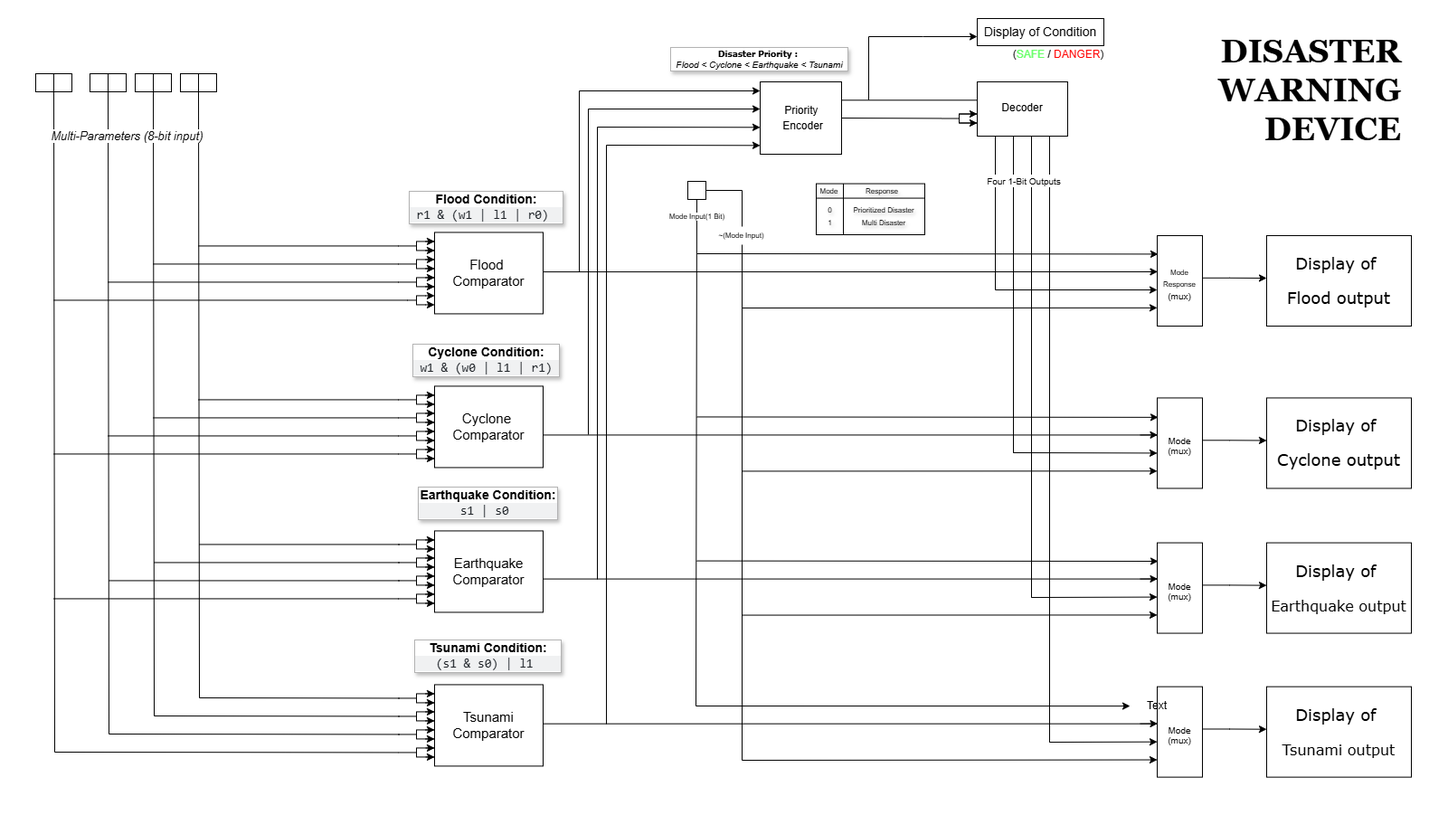
thezishnu/Disaster-Warning-Device keeps this draw.io diagram as Snapshots/FBD.drawio.png. Above is the earlier version. Source tidied: cells renumbered, new cells last; positions are measured from the earlier drawing's top-left corner, leaving out a move shared by most shapes.
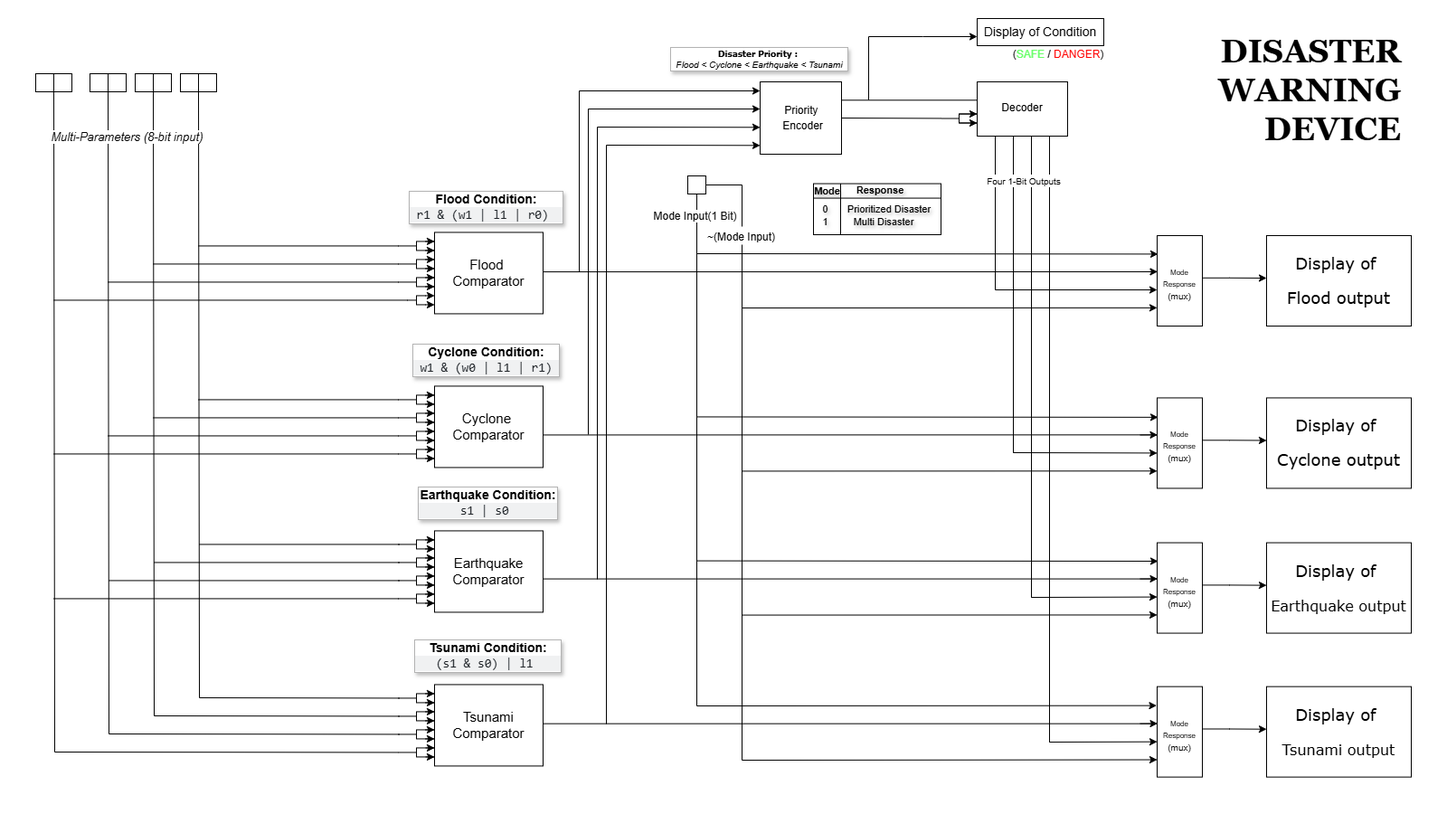
After the change.

Diff of the diagram source:
```diff
@@ -403,7 +403,7 @@
       <mxGeometry x="810" y="70" width="90" height="80" as="geometry" />
     </mxCell>
     <mxCell id="83" style="rounded=0;whiteSpace=wrap;html=1;fontSize=17;" parent="1" vertex="1">
-      <mxGeometry x="730" y="180" width="20" height="20" as="geometry" />
+      <mxGeometry x="730" y="174" width="20" height="20" as="geometry" />
     </mxCell>
     <mxCell id="84" style="endArrow=classic;html=1;rounded=0;" parent="1" edge="1">
       <mxGeometry relative="1" as="geometry">
@@ -507,7 +507,7 @@
       <mxGeometry relative="1" as="geometry">
         <mxPoint x="790" y="230" as="targetPoint" />
         <Array as="points">
-          <mxPoint x="790" y="190" />
+          <mxPoint x="790" y="184" />
         </Array>
       </mxGeometry>
     </mxCell>
@@ -517,9 +517,8 @@
         <mxPoint x="1249" y="319.9" as="targetPoint" />
       </mxGeometry>
     </mxCell>
-    <mxCell id="101" style="endArrow=none;html=1;rounded=0;entryX=1;entryY=0.485;entryDx=0;entryDy=0;entryPerimeter=0;" parent="1" edge="1">
+    <mxCell id="101" style="endArrow=none;html=1;rounded=0;entryX=1;entryY=0.485;entryDx=0;entryDy=0;entryPerimeter=0;exitX=-0.014;exitY=0.409;exitDx=0;exitDy=0;exitPerimeter=0;" parent="1" edge="1" source="153">
       <mxGeometry relative="1" as="geometry">
-        <mxPoint x="1280" y="460.4" as="sourcePoint" />
         <mxPoint x="570" y="460.4" as="targetPoint" />
       </mxGeometry>
     </mxCell>
@@ -631,10 +630,11 @@
         <mxPoint x="1249.5" y="779.5" as="targetPoint" />
       </mxGeometry>
     </mxCell>
-    <mxCell id="118" style="endArrow=classic;html=1;rounded=0;exitX=0.5;exitY=1;exitDx=0;exitDy=0;" parent="1" edge="1" source="83" target="144">
+    <mxCell id="118" style="endArrow=classic;html=1;rounded=0;exitX=0.5;exitY=1;exitDx=0;exitDy=0;entryX=-0.011;entryY=0.21;entryDx=0;entryDy=0;entryPerimeter=0;" parent="1" edge="1" target="155">
       <mxGeometry relative="1" as="geometry">
+        <mxPoint x="740" y="194" as="sourcePoint" />
         <Array as="points">
-          <mxPoint x="739" y="760" />
+          <mxPoint x="740" y="760" />
         </Array>
       </mxGeometry>
     </mxCell>
@@ -703,15 +703,6 @@
     <mxCell id="126" value="&lt;font style=&quot;font-size: 13px;&quot;&gt;&amp;nbsp;Multi-Parameters&lt;span style=&quot;background-color: light-dark(#ffffff, var(--ge-dark-color, #121212)); color: light-dark(rgb(0, 0, 0), rgb(255, 255, 255));&quot;&gt;&amp;nbsp;(8-bit input)&lt;/span&gt;&lt;/font&gt;" style="text;html=1;whiteSpace=wrap;strokeColor=none;fillColor=none;align=center;verticalAlign=middle;rounded=0;labelBackgroundColor=default;labelBorderColor=none;fontStyle=2;" parent="1" vertex="1">
       <mxGeometry x="18" y="115.5" width="181" height="30" as="geometry" />
     </mxCell>
-    <mxCell id="127" value="&lt;div style=&quot;line-height: 10%;&quot;&gt;&lt;font style=&quot;font-size: 10px; line-height: 10%;&quot;&gt;Mode&lt;/font&gt;&lt;div&gt;&lt;font style=&quot;font-size: 10px; line-height: 10%;&quot;&gt;(mux)&lt;/font&gt;&lt;/div&gt;&lt;/div&gt;" style="rounded=0;whiteSpace=wrap;html=1;fontSize=35;" parent="1" vertex="1">
-      <mxGeometry x="1249" y="419.4" width="50" height="100" as="geometry" />
-    </mxCell>
-    <mxCell id="128" value="&lt;div style=&quot;line-height: 10%;&quot;&gt;&lt;font style=&quot;font-size: 10px; line-height: 10%;&quot;&gt;Mode&lt;/font&gt;&lt;div&gt;&lt;font style=&quot;font-size: 10px; line-height: 10%;&quot;&gt;(mux)&lt;/font&gt;&lt;/div&gt;&lt;/div&gt;" style="rounded=0;whiteSpace=wrap;html=1;fontSize=35;" parent="1" vertex="1">
-      <mxGeometry x="1249" y="579.6" width="50" height="100" as="geometry" />
-    </mxCell>
-    <mxCell id="129" value="&lt;div style=&quot;line-height: 10%;&quot;&gt;&lt;font style=&quot;font-size: 10px; line-height: 10%;&quot;&gt;Mode&lt;/font&gt;&lt;div&gt;&lt;font style=&quot;font-size: 10px; line-height: 10%;&quot;&gt;(mux)&lt;/font&gt;&lt;/div&gt;&lt;/div&gt;" style="rounded=0;whiteSpace=wrap;html=1;fontSize=35;" parent="1" vertex="1">
-      <mxGeometry x="1249" y="738.6" width="50" height="100" as="geometry" />
-    </mxCell>
     <mxCell id="130" value="&lt;div style=&quot;line-height: 0%;&quot;&gt;&lt;h6&gt;&lt;font style=&quot;font-weight: normal; font-size: 18px;&quot; face=&quot;Verdana&quot;&gt;Display of&amp;nbsp;&lt;/font&gt;&lt;/h6&gt;&lt;h6&gt;&lt;span style=&quot;font-weight: normal; font-family: Verdana; background-color: transparent; color: light-dark(rgb(0, 0, 0), rgb(255, 255, 255));&quot;&gt;&lt;font style=&quot;font-size: 18px;&quot;&gt;Flood output&lt;/font&gt;&lt;/span&gt;&lt;/h6&gt;&lt;/div&gt;" style="rounded=0;whiteSpace=wrap;html=1;fontSize=24;rotation=0;" parent="1" vertex="1">
       <mxGeometry x="1370" y="240" width="160" height="100" as="geometry" />
     </mxCell>
@@ -731,34 +722,31 @@
       <mxGeometry x="1090" y="30" width="100" height="20" as="geometry" />
     </mxCell>
     <mxCell id="136" style="shape=internalStorage;whiteSpace=wrap;html=1;backgroundOutline=1;dx=30;dy=16;textShadow=1;" parent="1" vertex="1">
-      <mxGeometry x="872" y="182.6" width="120" height="56.4" as="geometry" />
+      <mxGeometry x="869" y="182.6" width="141" height="56.4" as="geometry" />
     </mxCell>
-    <mxCell id="137" value="&lt;font style=&quot;font-size: 8px;&quot;&gt;Mode&lt;/font&gt;" style="text;html=1;whiteSpace=wrap;strokeColor=none;fillColor=none;align=center;verticalAlign=middle;rounded=0;textShadow=1;" parent="1" vertex="1">
-      <mxGeometry x="874" y="185" width="25" height="9" as="geometry" />
+    <mxCell id="137" value="&lt;font&gt;Mode&lt;/font&gt;" style="text;html=1;whiteSpace=wrap;strokeColor=none;fillColor=none;align=center;verticalAlign=middle;rounded=0;textShadow=1;fontStyle=1;fontSize=11;" parent="1" vertex="1">
+      <mxGeometry x="872" y="186" width="25" height="9" as="geometry" />
     </mxCell>
-    <mxCell id="138" value="&lt;font style=&quot;font-size: 8px;&quot;&gt;Response&lt;/font&gt;" style="text;html=1;whiteSpace=wrap;strokeColor=none;fillColor=none;align=center;verticalAlign=middle;rounded=0;textShadow=1;" parent="1" vertex="1">
-      <mxGeometry x="925.2" y="186" width="40" height="8" as="geometry" />
+    <mxCell id="138" value="&lt;font&gt;Response&lt;/font&gt;" style="text;html=1;whiteSpace=wrap;strokeColor=none;fillColor=none;align=center;verticalAlign=middle;rounded=0;textShadow=1;fontStyle=1;fontSize=11;" parent="1" vertex="1">
+      <mxGeometry x="923.2" y="186" width="40" height="8" as="geometry" />
     </mxCell>
-    <mxCell id="139" value="&lt;font style=&quot;font-size: 8px;&quot;&gt;0&lt;/font&gt;" style="text;html=1;whiteSpace=wrap;strokeColor=none;fillColor=none;align=center;verticalAlign=middle;rounded=0;textShadow=1;" parent="1" vertex="1">
-      <mxGeometry x="875" y="206.3" width="25" height="9" as="geometry" />
+    <mxCell id="139" value="&lt;font&gt;0&lt;/font&gt;" style="text;html=1;whiteSpace=wrap;strokeColor=none;fillColor=none;align=center;verticalAlign=middle;rounded=0;textShadow=1;fontSize=11;" parent="1" vertex="1">
+      <mxGeometry x="870" y="206.3" width="25" height="9" as="geometry" />
     </mxCell>
-    <mxCell id="140" value="&lt;font style=&quot;font-size: 8px;&quot;&gt;1&lt;/font&gt;" style="text;html=1;whiteSpace=wrap;strokeColor=none;fillColor=none;align=center;verticalAlign=middle;rounded=0;textShadow=1;" parent="1" vertex="1">
-      <mxGeometry x="875" y="220" width="25" height="9" as="geometry" />
+    <mxCell id="140" value="&lt;font&gt;1&lt;/font&gt;" style="text;html=1;whiteSpace=wrap;strokeColor=none;fillColor=none;align=center;verticalAlign=middle;rounded=0;textShadow=1;fontSize=11;" parent="1" vertex="1">
+      <mxGeometry x="870" y="220" width="25" height="9" as="geometry" />
     </mxCell>
-    <mxCell id="141" value="&lt;span style=&quot;font-size: 8px; line-height: 0%;&quot;&gt;Prioritized Disaster&lt;/span&gt;" style="text;html=1;whiteSpace=wrap;strokeColor=none;fillColor=none;align=center;verticalAlign=middle;rounded=0;textShadow=1;" parent="1" vertex="1">
-      <mxGeometry x="902.5" y="206.3" width="87.5" height="9" as="geometry" />
+    <mxCell id="141" value="&lt;span style=&quot;line-height: 0%;&quot;&gt;Prioritized Disaster&lt;/span&gt;" style="text;html=1;whiteSpace=wrap;strokeColor=none;fillColor=none;align=center;verticalAlign=middle;rounded=0;textShadow=1;fontSize=11;" parent="1" vertex="1">
+      <mxGeometry x="902.5" y="206.3" width="99.5" height="9" as="geometry" />
     </mxCell>
-    <mxCell id="142" value="&lt;font style=&quot;font-size: 8px;&quot;&gt;Multi Disaster&lt;/font&gt;" style="text;html=1;whiteSpace=wrap;strokeColor=none;fillColor=none;align=center;verticalAlign=middle;rounded=0;textShadow=1;" parent="1" vertex="1">
+    <mxCell id="142" value="&lt;font&gt;Multi Disaster&lt;/font&gt;" style="text;html=1;whiteSpace=wrap;strokeColor=none;fillColor=none;align=center;verticalAlign=middle;rounded=0;textShadow=1;fontSize=11;" parent="1" vertex="1">
       <mxGeometry x="902" y="220" width="90" height="9" as="geometry" />
     </mxCell>
-    <mxCell id="143" value="&lt;div style=&quot;line-height: 80%;&quot;&gt;&lt;font style=&quot;font-size: 8px;&quot;&gt;&lt;span style=&quot;background-color: light-dark(#ffffff, var(--ge-dark-color, #121212));&quot;&gt;&lt;font style=&quot;line-height: 80%;&quot;&gt;Mode Input&lt;/font&gt;&lt;/span&gt;&lt;span style=&quot;background-color: light-dark(#ffffff, var(--ge-dark-color, #121212)); color: light-dark(rgb(0, 0, 0), rgb(255, 255, 255));&quot;&gt;(1 Bit)&lt;/span&gt;&lt;/font&gt;&lt;/div&gt;" style="text;html=1;whiteSpace=wrap;strokeColor=none;fillColor=none;align=center;verticalAlign=middle;rounded=0;" parent="1" vertex="1">
-      <mxGeometry x="707.5" y="209" width="65" height="20" as="geometry" />
+    <mxCell id="143" value="&lt;div style=&quot;line-height: 80%;&quot;&gt;&lt;font&gt;&lt;span style=&quot;background-color: light-dark(#ffffff, var(--ge-dark-color, #121212));&quot;&gt;&lt;font style=&quot;line-height: 80%;&quot;&gt;Mode Input&lt;/font&gt;&lt;/span&gt;&lt;span style=&quot;background-color: light-dark(#ffffff, var(--ge-dark-color, #121212)); color: light-dark(rgb(0, 0, 0), rgb(255, 255, 255));&quot;&gt;(1 Bit)&lt;/span&gt;&lt;/font&gt;&lt;/div&gt;" style="text;html=1;whiteSpace=wrap;strokeColor=none;fillColor=none;align=center;verticalAlign=middle;rounded=0;fontSize=12;" parent="1" vertex="1">
+      <mxGeometry x="688" y="209" width="100.5" height="20" as="geometry" />
     </mxCell>
-    <mxCell id="144" value="Text" style="text;html=1;whiteSpace=wrap;strokeColor=none;fillColor=none;align=center;verticalAlign=middle;rounded=0;" parent="1" vertex="1">
-      <mxGeometry x="1219" y="745.1" width="60" height="30" as="geometry" />
-    </mxCell>
-    <mxCell id="145" value="&lt;div style=&quot;line-height: 80%;&quot;&gt;&lt;span style=&quot;background-color: light-dark(#ffffff, var(--ge-dark-color, #121212));&quot;&gt;&lt;font style=&quot;line-height: 80%; font-size: 8px;&quot;&gt;~(Mode Input)&lt;/font&gt;&lt;/span&gt;&lt;/div&gt;" style="text;html=1;whiteSpace=wrap;strokeColor=none;fillColor=none;align=center;verticalAlign=middle;rounded=0;" parent="1" vertex="1">
-      <mxGeometry x="757" y="229" width="65" height="20" as="geometry" />
+    <mxCell id="145" value="&lt;div style=&quot;line-height: 80%;&quot;&gt;&lt;span style=&quot;background-color: light-dark(#ffffff, var(--ge-dark-color, #121212));&quot;&gt;&lt;font style=&quot;line-height: 80%;&quot;&gt;~(Mode Input)&lt;/font&gt;&lt;/span&gt;&lt;/div&gt;" style="text;html=1;whiteSpace=wrap;strokeColor=none;fillColor=none;align=center;verticalAlign=middle;rounded=0;fontSize=12;" parent="1" vertex="1">
+      <mxGeometry x="741" y="232" width="97.5" height="20" as="geometry" />
     </mxCell>
     <mxCell id="146" value="&lt;b&gt;&lt;font face=&quot;Tahoma&quot;&gt;Disaster Priority :&amp;nbsp;&lt;/font&gt;&lt;/b&gt;&lt;div&gt;&lt;i&gt;&amp;nbsp; Flood &amp;lt; Cyclone &amp;lt; Earthquake &amp;lt; Tsunami&amp;nbsp;&amp;nbsp;&lt;/i&gt;&lt;/div&gt;" style="text;strokeColor=none;fillColor=none;align=center;verticalAlign=middle;rounded=0;labelBackgroundColor=default;labelBorderColor=#B3B3B3;fontSize=10;spacingTop=5;spacing=10;whiteSpace=wrap;textShadow=1;spacingBottom=5;spacingLeft=10;spacingRight=1;html=1;" parent="1" vertex="1">
       <mxGeometry x="690" y="30" width="230" height="30" as="geometry" />
@@ -778,5 +766,19 @@
     <mxCell id="151" value="&lt;div style=&quot;line-height: 80%;&quot;&gt;&lt;span style=&quot;background-color: light-dark(#ffffff, var(--ge-dark-color, #121212));&quot;&gt;&lt;font style=&quot;line-height: 80%; font-size: 10px;&quot;&gt;Four 1-Bit Outputs&lt;/font&gt;&lt;/span&gt;&lt;/div&gt;" style="text;html=1;whiteSpace=wrap;strokeColor=none;fillColor=none;align=center;verticalAlign=middle;rounded=0;" parent="1" vertex="1">
       <mxGeometry x="1052" y="170" width="100" height="20" as="geometry" />
     </mxCell>
+    <mxCell id="152" style="endArrow=none;html=1;rounded=0;entryX=1;entryY=0.485;entryDx=0;entryDy=0;entryPerimeter=0;" parent="1" edge="1" target="153">
+      <mxGeometry relative="1" as="geometry">
+        <mxPoint x="1280" y="460.4" as="sourcePoint" />
+      </mxGeometry>
+    </mxCell>
+    <mxCell id="153" value="&lt;div style=&quot;line-height: 10%;&quot;&gt;&lt;font style=&quot;line-height: 10%; font-size: 8px;&quot;&gt;Mode&lt;/font&gt;&lt;/div&gt;&lt;div style=&quot;line-height: 10%;&quot;&gt;&lt;font style=&quot;font-size: 8px;&quot;&gt;Response&lt;/font&gt;&lt;br&gt;&lt;div&gt;&lt;font style=&quot;font-size: 10px; line-height: 10%;&quot;&gt;(mux)&lt;/font&gt;&lt;/div&gt;&lt;/div&gt;" style="rounded=0;whiteSpace=wrap;html=1;fontSize=35;" parent="1" vertex="1">
+      <mxGeometry x="1249" y="419.4" width="50" height="100" as="geometry" />
+    </mxCell>
+    <mxCell id="154" value="&lt;div style=&quot;line-height: 10%;&quot;&gt;&lt;font style=&quot;line-height: 10%; font-size: 8px;&quot;&gt;Mode&lt;/font&gt;&lt;/div&gt;&lt;div style=&quot;line-height: 10%;&quot;&gt;&lt;font style=&quot;font-size: 8px;&quot;&gt;Response&lt;/font&gt;&lt;br&gt;&lt;div&gt;&lt;font style=&quot;font-size: 10px; line-height: 10%;&quot;&gt;(mux)&lt;/font&gt;&lt;/div&gt;&lt;/div&gt;" style="rounded=0;whiteSpace=wrap;html=1;fontSize=35;" parent="1" vertex="1">
+      <mxGeometry x="1249" y="579.6" width="50" height="100" as="geometry" />
+    </mxCell>
+    <mxCell id="155" value="&lt;div style=&quot;line-height: 10%;&quot;&gt;&lt;font style=&quot;line-height: 10%; font-size: 8px;&quot;&gt;Mode&lt;/font&gt;&lt;/div&gt;&lt;div style=&quot;line-height: 10%;&quot;&gt;&lt;font style=&quot;font-size: 8px;&quot;&gt;Response&lt;/font&gt;&lt;br&gt;&lt;div&gt;&lt;font style=&quot;font-size: 10px; line-height: 10%;&quot;&gt;(mux)&lt;/font&gt;&lt;/div&gt;&lt;/div&gt;" style="rounded=0;whiteSpace=wrap;html=1;fontSize=35;" parent="1" vertex="1">
+      <mxGeometry x="1249" y="738.6" width="50" height="100" as="geometry" />
+    </mxCell>
   </root>
 </mxGraphModel>
```
